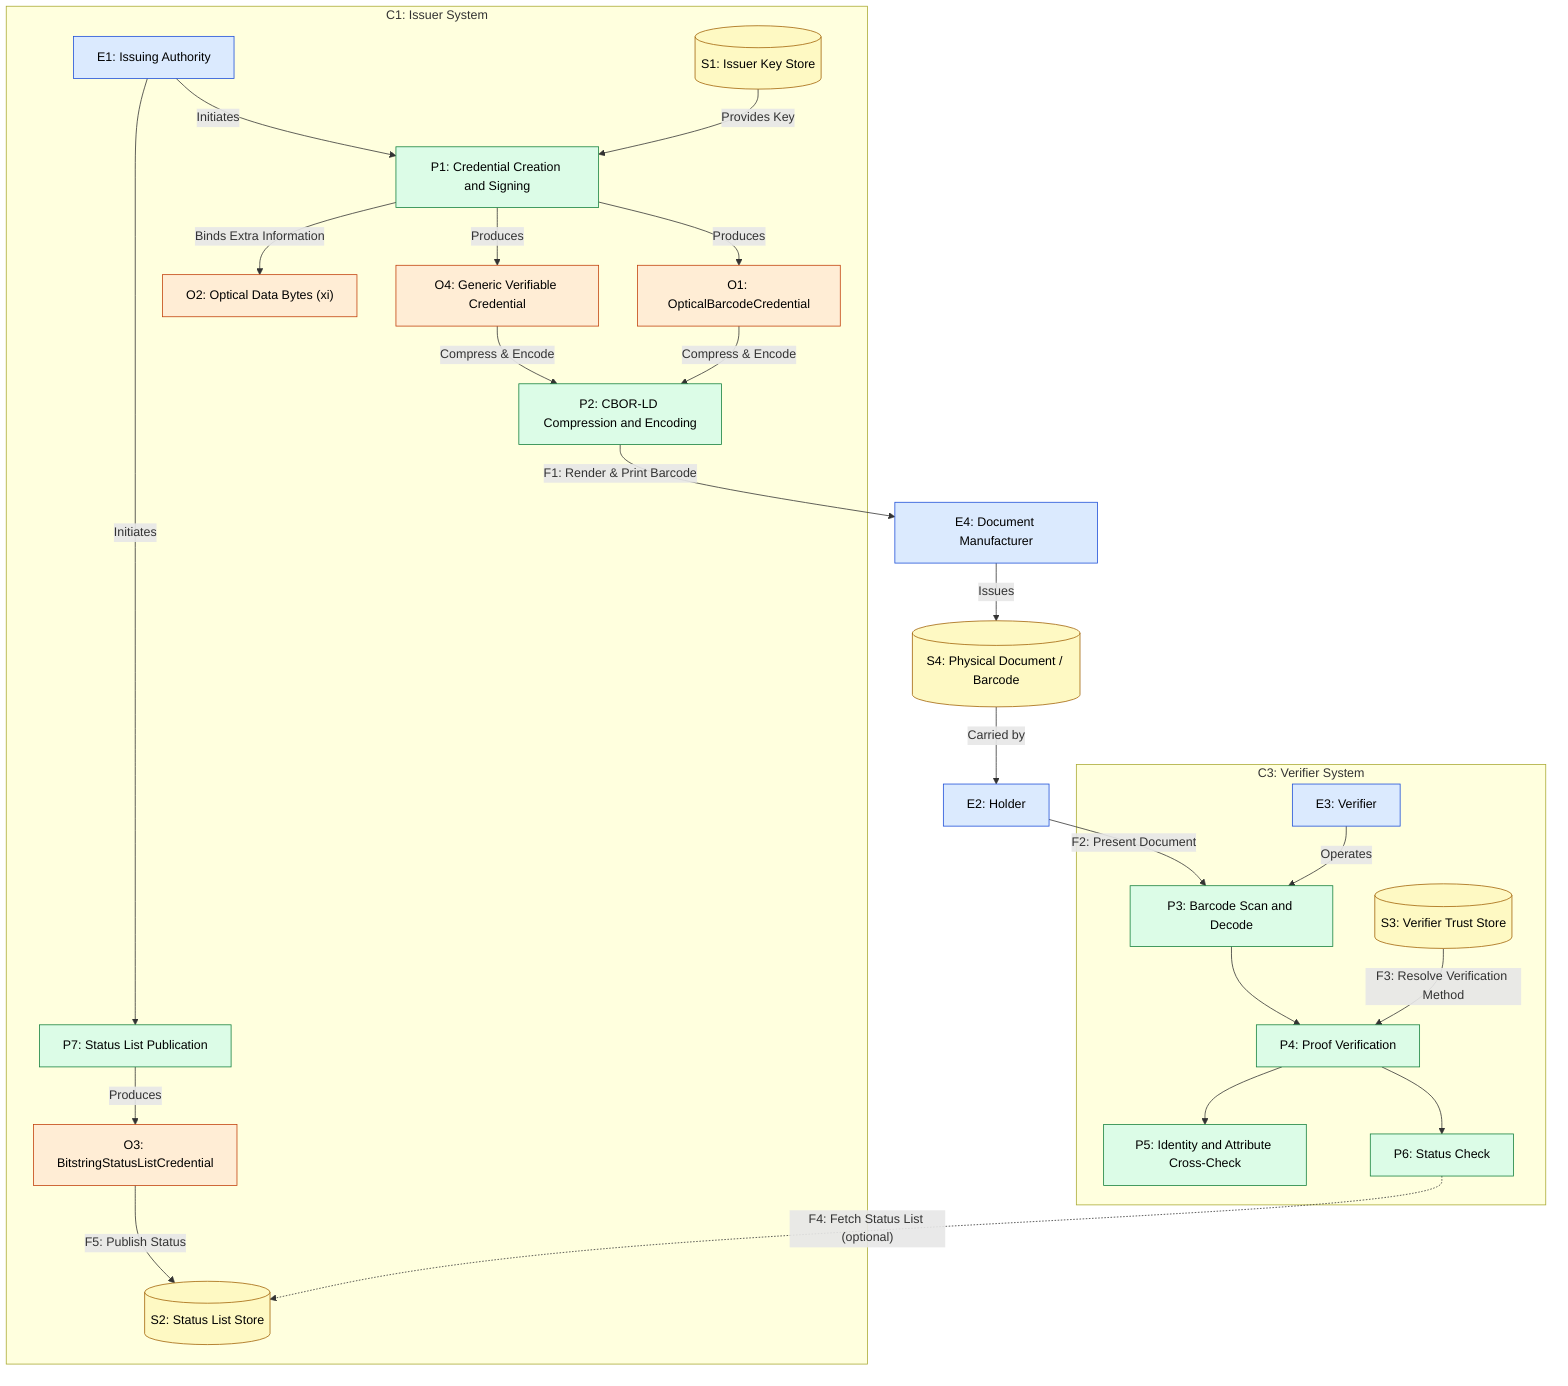
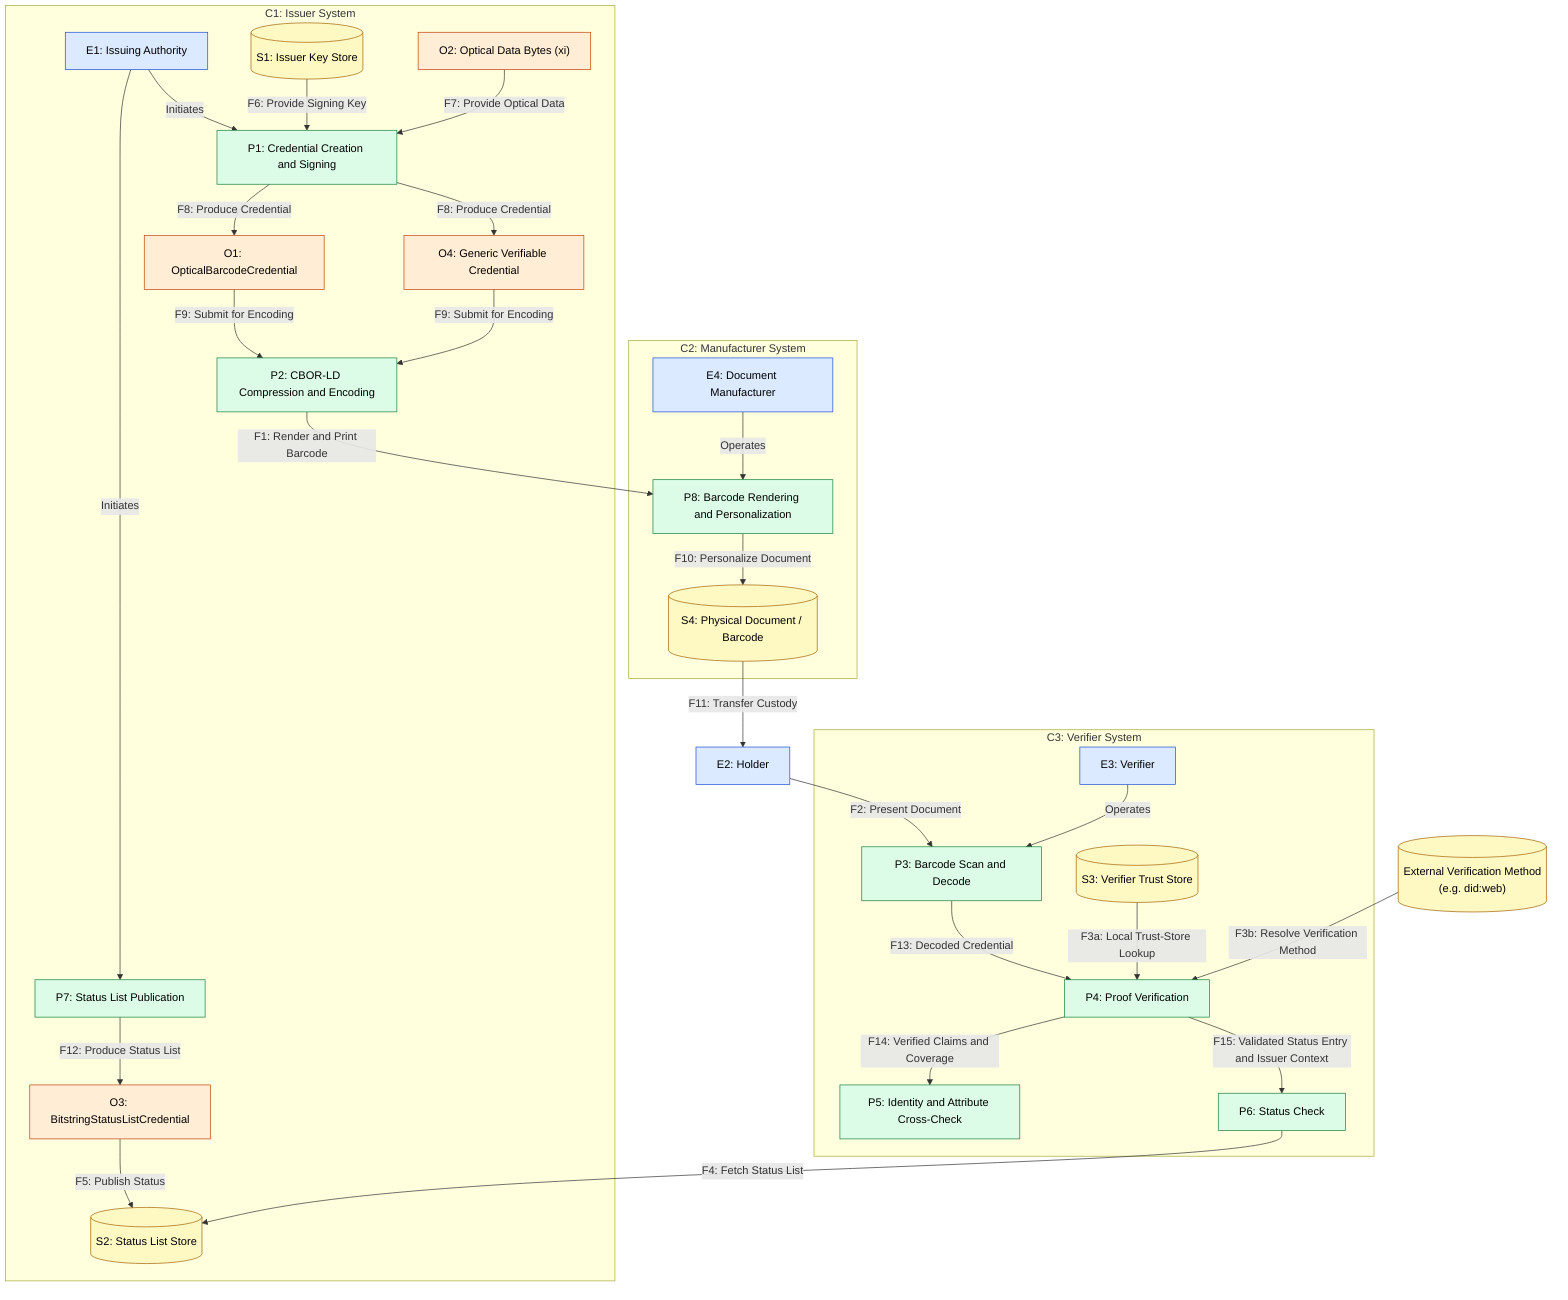
flowchart TD
  classDef entity  fill:#dbeafe,stroke:#1d4ed8,color:#000
  classDef process fill:#dcfce7,stroke:#15803d,color:#000
  classDef store   fill:#fef9c3,stroke:#a16207,color:#000
  classDef object  fill:#ffedd5,stroke:#c2410c,color:#000

  E2["E2: Holder"]:::entity
-   E4["E4: Document Manufacturer"]:::entity

  subgraph C1["C1: Issuer System"]
    E1["E1: Issuing Authority"]:::entity
    P1["P1: Credential Creation and Signing"]:::process
    P2["P2: CBOR-LD Compression and Encoding"]:::process
    P7["P7: Status List Publication"]:::process
    S1[("S1: Issuer Key Store")]:::store
    S2[("S2: Status List Store")]:::store
    O1["O1: OpticalBarcodeCredential"]:::object
    O2["O2: Optical Data Bytes (xi)"]:::object
    O3["O3: BitstringStatusListCredential"]:::object
    O4["O4: Generic Verifiable Credential"]:::object
  end

+   subgraph C2["C2: Manufacturer System"]
+     E4["E4: Document Manufacturer"]:::entity
+     P8["P8: Barcode Rendering and Personalization"]:::process
+     S4[("S4: Physical Document / Barcode")]:::store
+   end
+ 
  subgraph C3["C3: Verifier System"]
    P3["P3: Barcode Scan and Decode"]:::process
    P4["P4: Proof Verification"]:::process
    P5["P5: Identity and Attribute Cross-Check"]:::process
    P6["P6: Status Check"]:::process
    S3[("S3: Verifier Trust Store")]:::store
    E3["E3: Verifier"]:::entity
  end

-   S4[("S4: Physical Document / Barcode")]:::store
+   DID[("External Verification Method
+   (e.g. did:web)")]:::store

  E1 -->|"Initiates"| P1
-   S1 -->|"Provides Key"| P1
-   P1 -->|"Binds Extra Information"| O2
-   P1 -->|"Produces"| O1
-   P1 -->|"Produces"| O4
-   O4 -->|"Compress & Encode"| P2
-   O1 -->|"Compress & Encode"| P2
-   P2 -->|"F1: Render & Print Barcode"| E4
-   E4 -->|"Issues"| S4
-   S4 -->|"Carried by"| E2
+   S1 -->|"F6: Provide Signing Key"| P1
+   O2 -->|"F7: Provide Optical Data"| P1
+   P1 -->|"F8: Produce Credential"| O1
+   P1 -->|"F8: Produce Credential"| O4
+   O1 -->|"F9: Submit for Encoding"| P2
+   O4 -->|"F9: Submit for Encoding"| P2
+   P2 -->|"F1: Render and Print Barcode"| P8
+   E4 -->|"Operates"| P8
+   P8 -->|"F10: Personalize Document"| S4
+   S4 -->|"F11: Transfer Custody"| E2

  E1 -->|"Initiates"| P7
-   P7 -->|"Produces"| O3
+   P7 -->|"F12: Produce Status List"| O3
  O3 -->|"F5: Publish Status"| S2

  E2 -->|"F2: Present Document"| P3
  E3 -->|"Operates"| P3
-   P3 --> P4
-   S3 -->|"F3: Resolve Verification Method"| P4
-   P4 --> P5
-   P4 --> P6
-   P6 -.->|"F4: Fetch Status List (optional)"| S2
+   P3 -->|"F13: Decoded Credential"| P4
+   S3 -->|"F3a: Local Trust-Store Lookup"| P4
+   DID -->|"F3b: Resolve Verification Method"| P4
+   P4 -->|"F14: Verified Claims and Coverage"| P5
+   P4 -->|"F15: Validated Status Entry and Issuer Context"| P6
+   P6 -->|"F4: Fetch Status List"| S2
